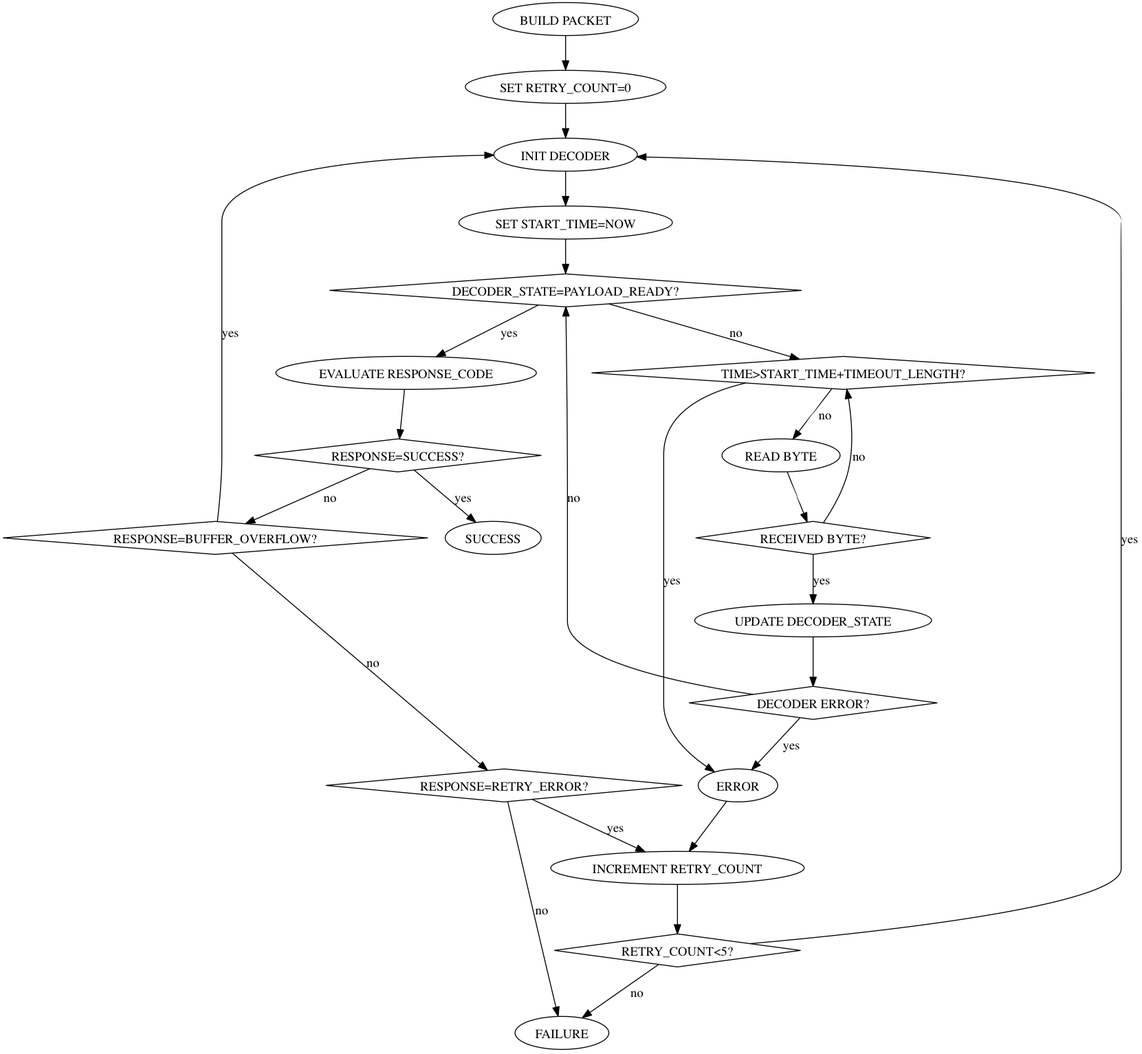
The Graphviz diagram doc/SendCommand.png in okeefm/s3g, before a commit. Its source is kept beside it as doc/SendCommand.dot.
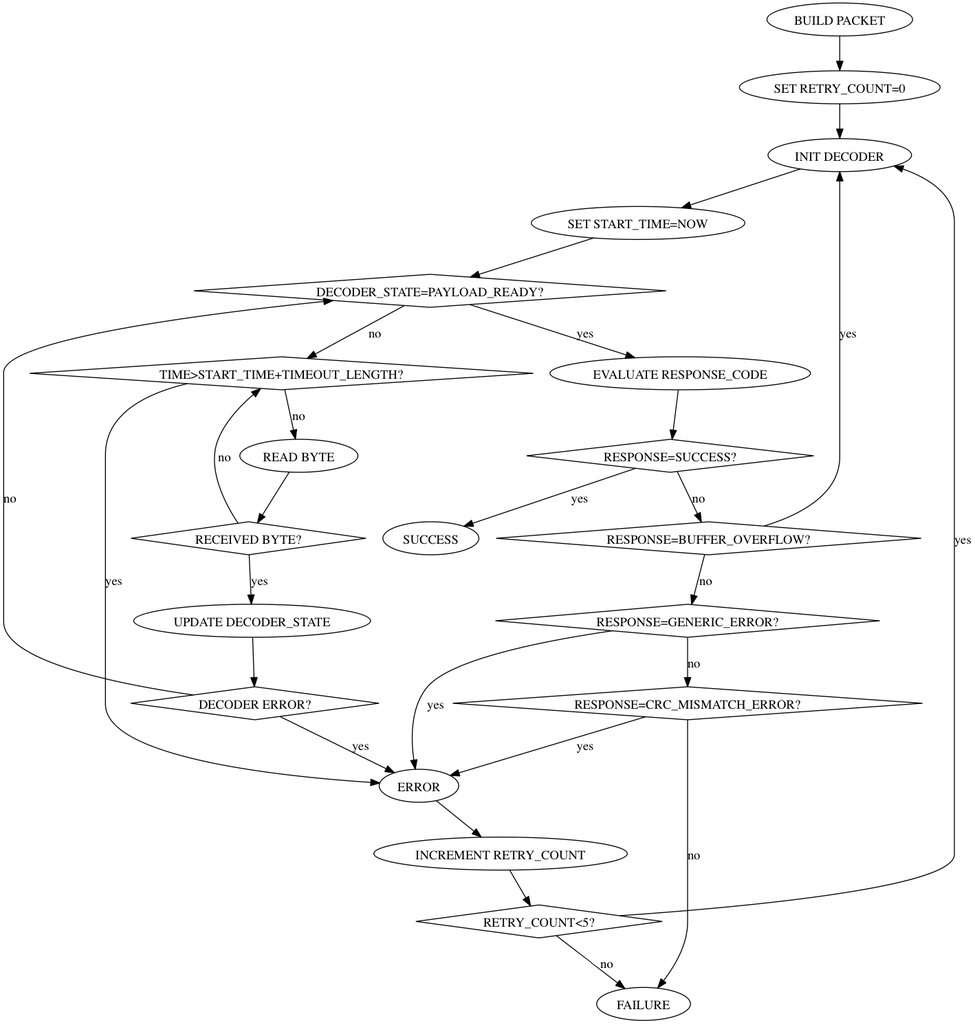
The same diagram one commit later.

The edit, as a diff of the source:
```diff
@@ -31,11 +31,15 @@
 
   "RESPONSE=BUFFER_OVERFLOW?" [shape=diamond];
   "RESPONSE=BUFFER_OVERFLOW?" -> "INIT DECODER" [label="yes"];
-  "RESPONSE=BUFFER_OVERFLOW?" -> "RESPONSE=RETRY_ERROR?" [label="no"];
+  "RESPONSE=BUFFER_OVERFLOW?" -> "RESPONSE=GENERIC_ERROR?" [label="no"];
 
-  "RESPONSE=RETRY_ERROR?" [shape=diamond];
-  "RESPONSE=RETRY_ERROR?" -> "INCREMENT RETRY_COUNT" [label="yes"];
-  "RESPONSE=RETRY_ERROR?" -> "FAILURE" [label="no"];
+  "RESPONSE=GENERIC_ERROR?" [shape=diamond];
+  "RESPONSE=GENERIC_ERROR?" -> "ERROR" [label="yes"];
+  "RESPONSE=GENERIC_ERROR?" -> "RESPONSE=CRC_MISMATCH_ERROR?" [label="no"];
+
+  "RESPONSE=CRC_MISMATCH_ERROR?" [shape=diamond];
+  "RESPONSE=CRC_MISMATCH_ERROR?" -> "ERROR" [label="yes"];
+  "RESPONSE=CRC_MISMATCH_ERROR?" -> "FAILURE" [label="no"];
 
   "ERROR" -> "INCREMENT RETRY_COUNT";
 
```
